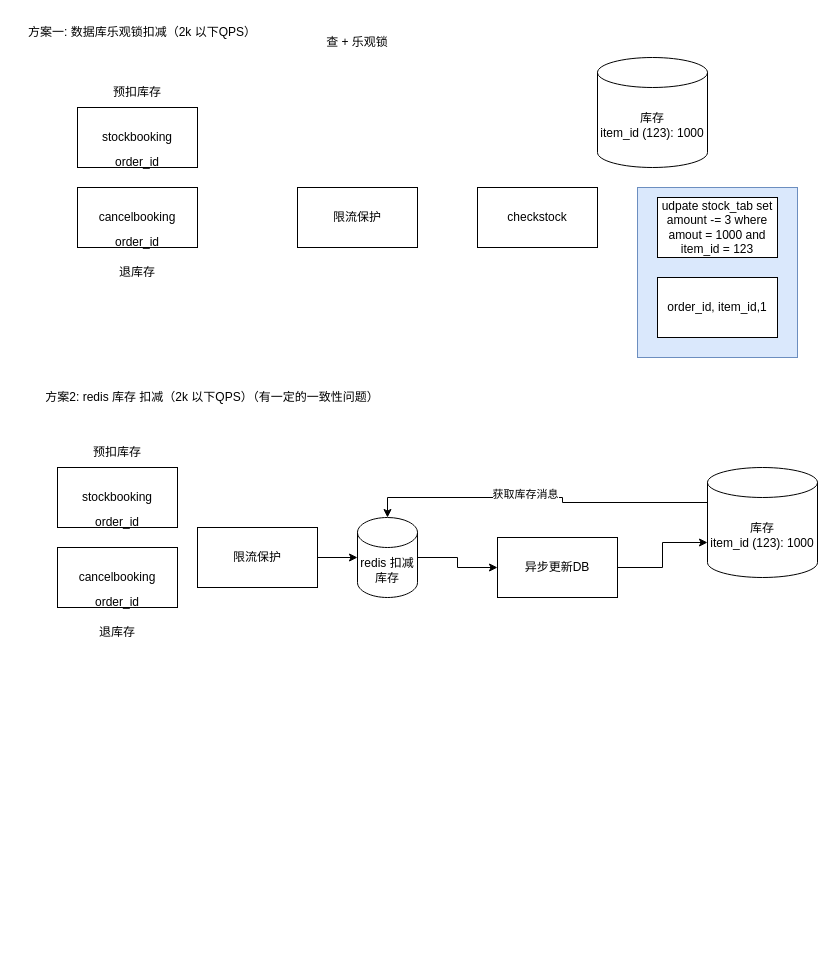
This is page "第 9 页" (9 of 9) of source/diagrams/hotel.drawio from wxquare/wxquare.github.io, a draw.io file, before an edit. Source tidied: cells renumbered, new cells numbered last; positions are measured from the earlier drawing's top-left corner, leaving out a move shared by most shapes. Both pictures are drawn from the tidied source at 100%, with x=0, y=0 at pixel (17, 17).
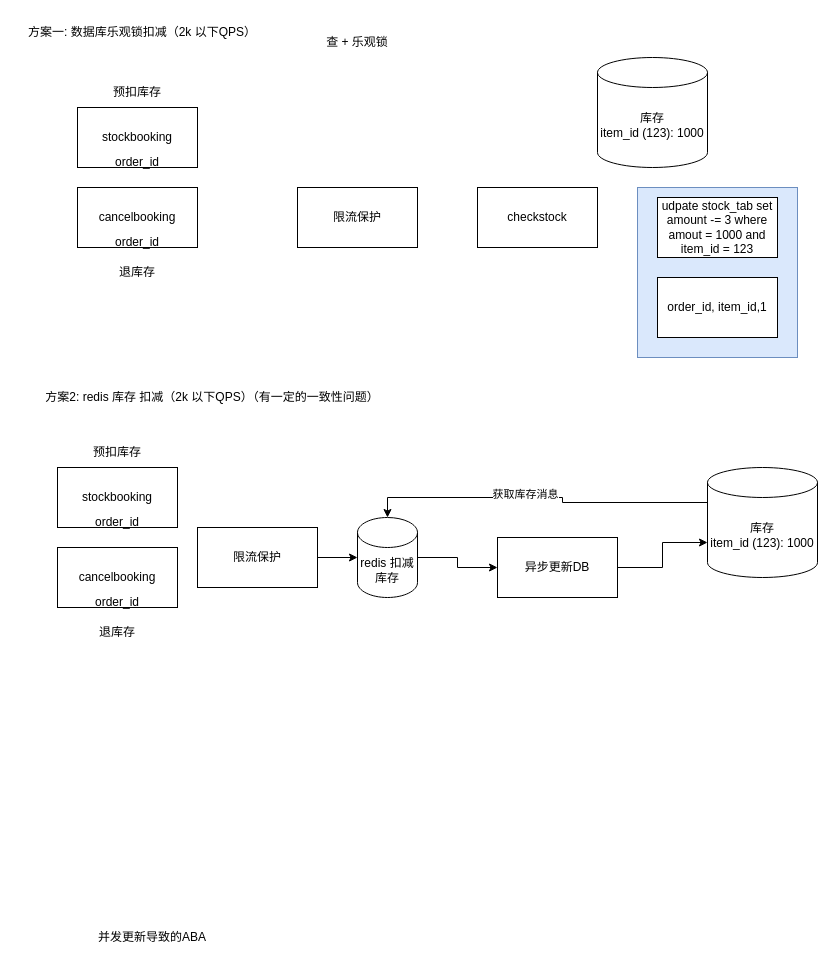
Above is the later version.

Diff of the diagram source:
```diff
@@
+    <mxCell id="32" value="并发更新导致的ABA" style="text;html=1;align=center;verticalAlign=middle;whiteSpace=wrap;rounded=0;" parent="1" vertex="1">
+      <mxGeometry x="60" y="910" width="150" height="20" as="geometry" />
+    </mxCell>
```
